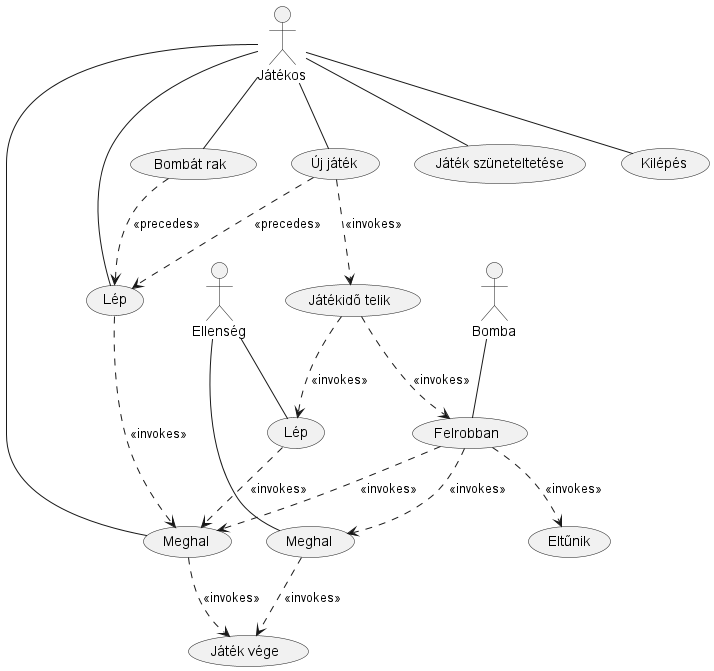
The PlantUML diagram Doc/use-case.png in adamkekesi/Bomber, before a commit.
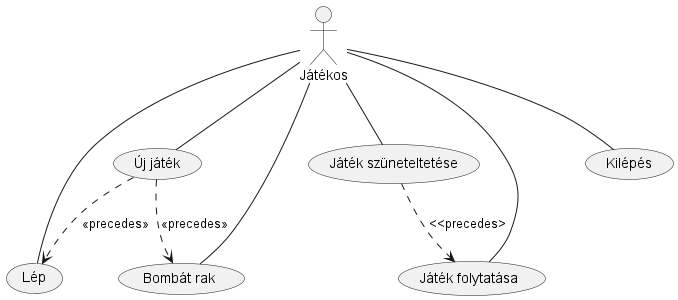
The same diagram one commit later.

Change to the diagram source:
```diff
@@ -1,43 +1,17 @@
 @startuml
 actor Játékos
-actor Bomba
-actor Ellenség
 
 (Lép) as stepPlayer
-(Lép) as stepEnemy
-
-(Meghal) as diePlayer
-(Meghal) as dieEnemy
 
 Játékos -- stepPlayer
 Játékos -- (Bombát rak)
 Játékos -- (Új játék)
 Játékos -- (Játék szüneteltetése)
+Játékos -- (Játék folytatása)
 Játékos -- (Kilépés)
 
 (Új játék) ..> stepPlayer : <<precedes>>
-(Bombát rak) ..> stepPlayer : <<precedes>>
-
-(Új játék) ..> (Játékidő telik) : <<invokes>>
-(Játékidő telik) ..> (Felrobban): <<invokes>>
-
-Bomba -- (Felrobban)
-
-(Felrobban) ..> (Eltűnik): <<invokes>>
-
-Ellenség -- stepEnemy
-(Játékidő telik) ..> stepEnemy: <<invokes>>
-
-Játékos -- diePlayer
-Ellenség -- dieEnemy
-
-Felrobban ..> diePlayer :<<invokes>>
-Felrobban ..> dieEnemy :<<invokes>>
-
-stepEnemy ..> diePlayer :<<invokes>>
-stepPlayer ..> diePlayer :<<invokes>>
-
-dieEnemy ..> (Játék vége) :<<invokes>>
-diePlayer ..> (Játék vége):<<invokes>>
+(Új játék) ..> (Bombát rak) : <<precedes>>
+(Játék szüneteltetése) ..> (Játék folytatása) : <<precedes>
 
 @enduml
```
